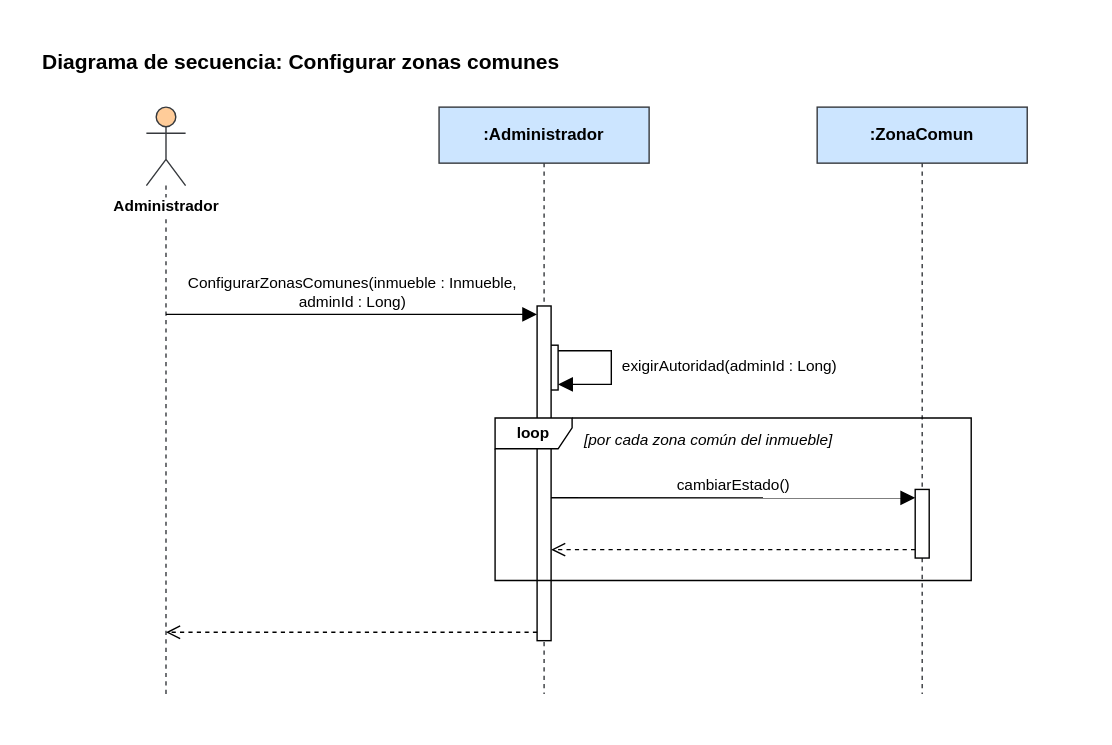
Earlier version of the draw.io export Diagramas/Secuencia/configurar-zonas-comunes.svg (manuel20051208/HorizontalSoftware-Back-End). Source tidied: cells renumbered, new cells last; positions are measured from the earlier drawing's top-left corner, leaving out a move shared by most shapes.
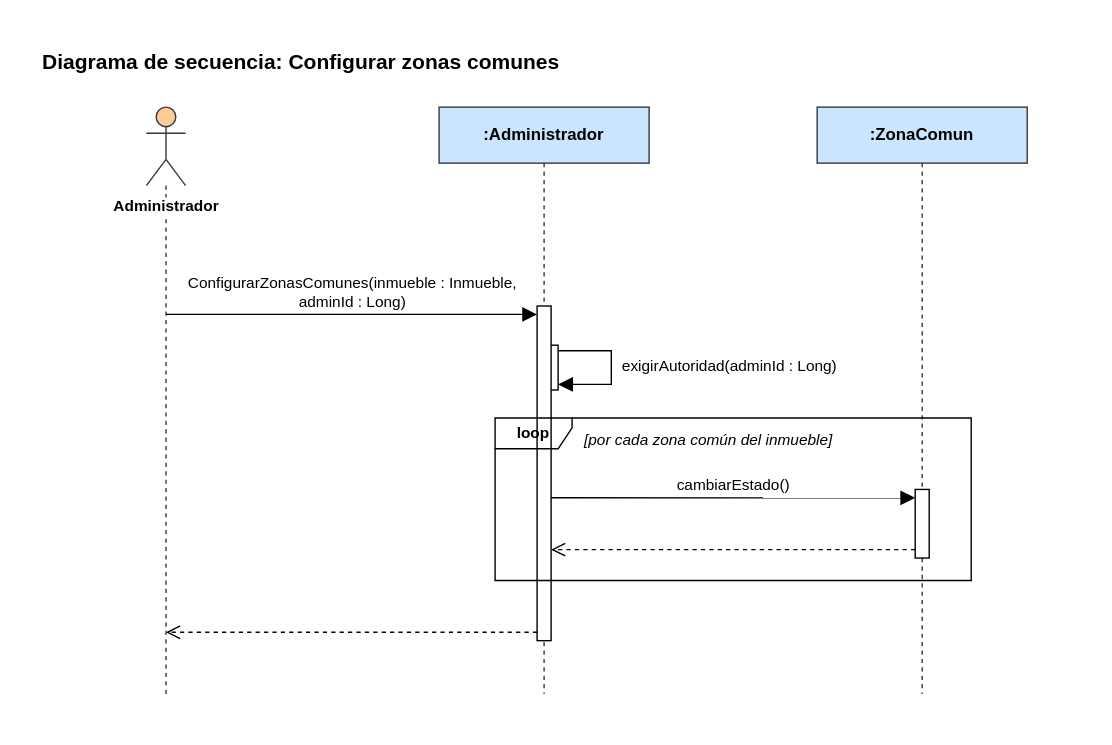
The same file after the commit.

Diff of the diagram source:
```diff
@@ -46,7 +46,7 @@
     <mxCell id="14" value="exigirAutoridad(adminId : Long)" style="text;html=1;align=left;verticalAlign=top;whiteSpace=wrap;overflow=hidden;fontSize=11;" parent="1" vertex="1">
       <mxGeometry x="414" y="220" width="185" height="28" as="geometry" />
     </mxCell>
-    <mxCell id="15" value="loop" style="shape=umlFrame;whiteSpace=wrap;html=1;fontStyle=1;fontSize=11;width=55;height=22;" parent="1" vertex="1">
+    <mxCell id="15" value="loop" style="shape=umlFrame;whiteSpace=wrap;html=1;fontStyle=1;fontSize=11;width=55;height=22;fillColor=none;" parent="1" vertex="1">
       <mxGeometry x="325" y="270" width="340" height="116" as="geometry" />
     </mxCell>
     <mxCell id="16" value="[por cada zona común del inmueble]" style="text;html=1;align=left;verticalAlign=top;whiteSpace=wrap;fontSize=11;fontStyle=2;" parent="1" vertex="1">
```
